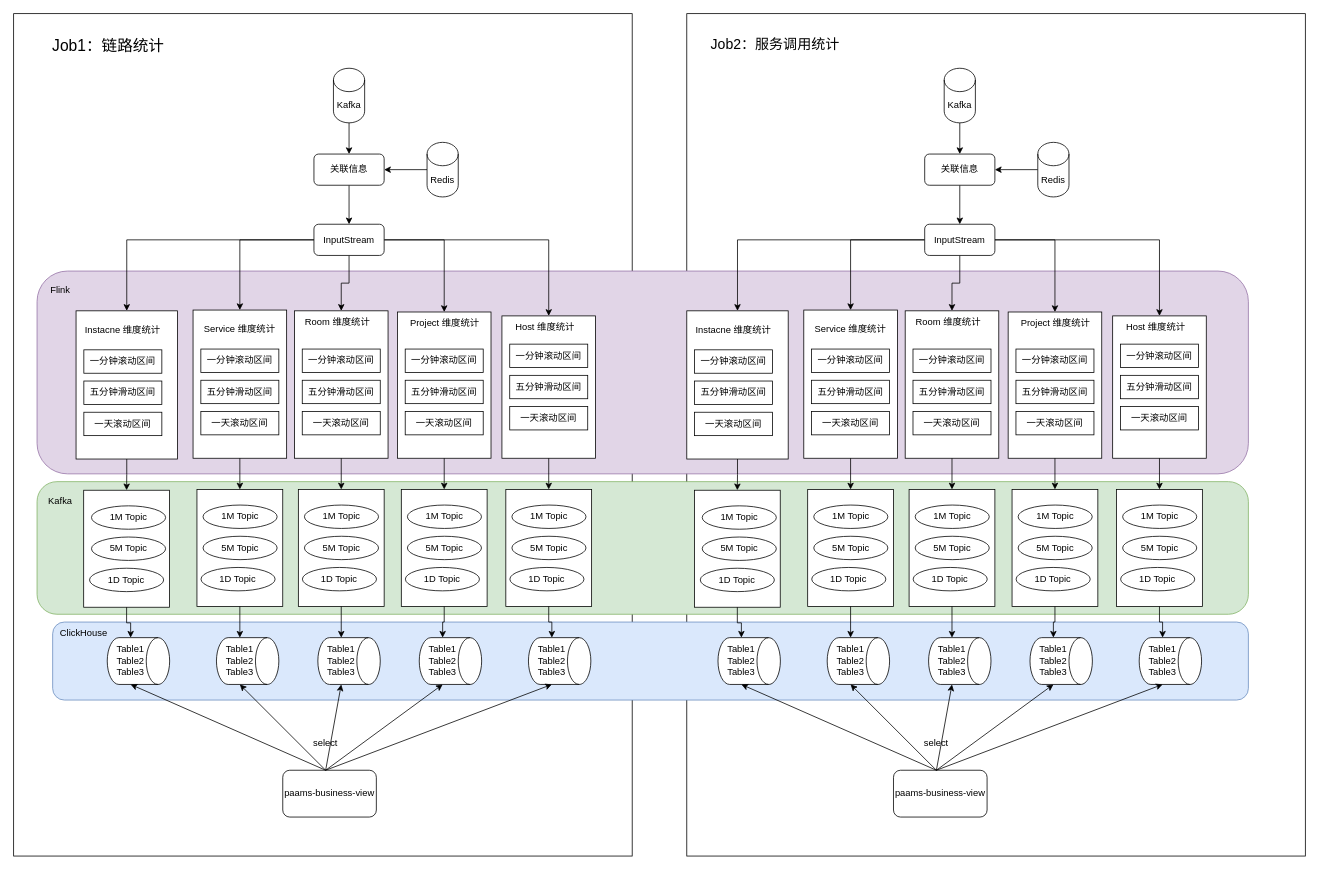
Above: draw.io/Flink 实例预统计 Job 流程.drawio in KeatonLi/pictures (draw.io), before the change. Source tidied: cells renumbered, new cells numbered last; positions are measured from the earlier drawing's top-left corner, leaving out a move shared by most shapes. Both pictures are drawn from the tidied source at 78%, with x=0, y=0 at pixel (13, 13).
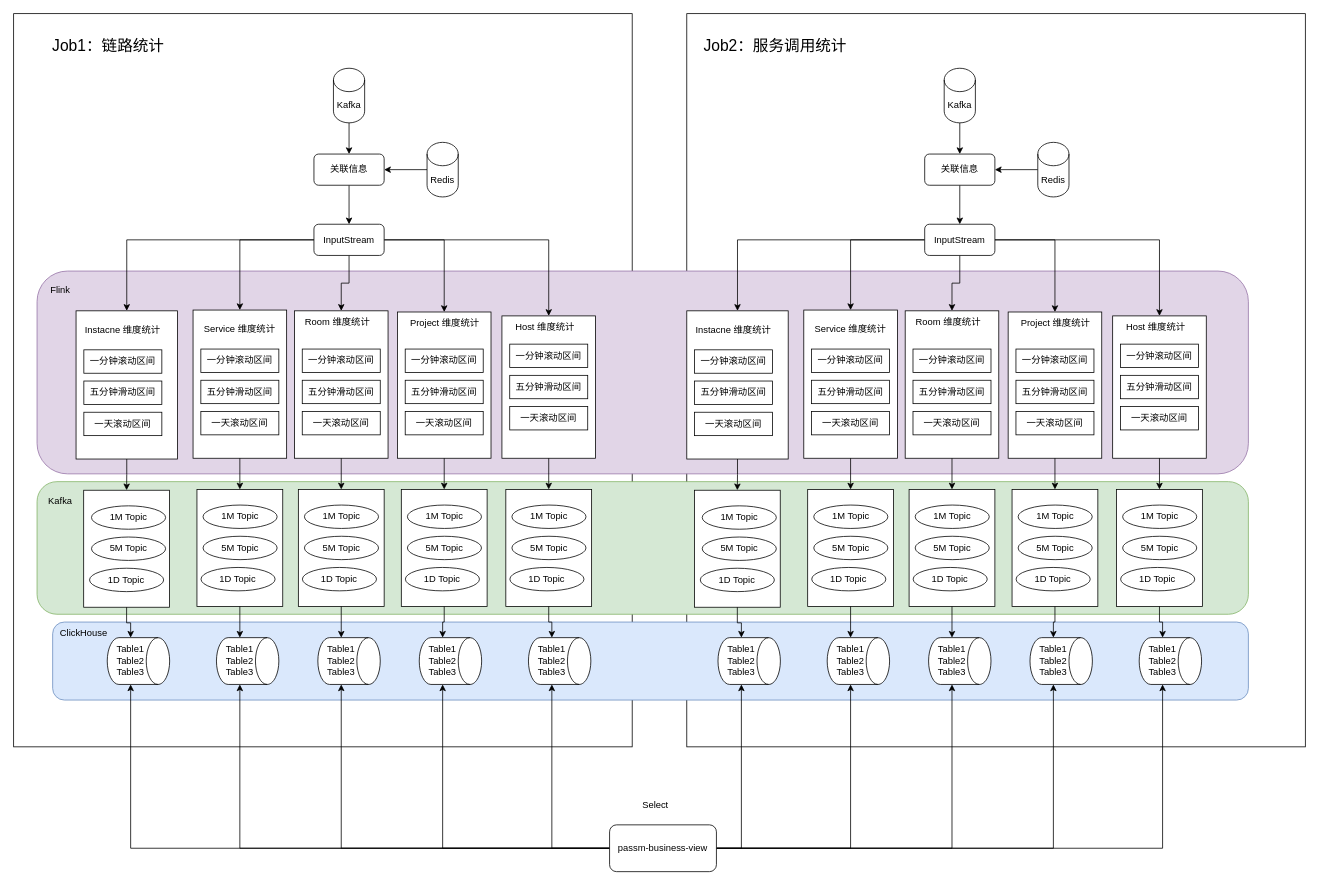
The same diagram, later.

Commit message (it also covers changes not shown here):
更新Flink 实例预统计 Job 流程.drawio

Unchanged cells that the change refers to:
```xml
<mxCell id="83" value="Table3" style="text;html=1;align=center;verticalAlign=middle;whiteSpace=wrap;rounded=0;" parent="79" vertex="1">
  <mxGeometry y="30" width="60" height="30" as="geometry" />
</mxCell>
<mxCell id="88" value="Table3" style="text;html=1;align=center;verticalAlign=middle;whiteSpace=wrap;rounded=0;" parent="84" vertex="1">
  <mxGeometry y="30" width="60" height="30" as="geometry" />
</mxCell>
<mxCell id="93" value="Table3" style="text;html=1;align=center;verticalAlign=middle;whiteSpace=wrap;rounded=0;" parent="89" vertex="1">
  <mxGeometry y="30" width="60" height="30" as="geometry" />
</mxCell>
<mxCell id="98" value="Table3" style="text;html=1;align=center;verticalAlign=middle;whiteSpace=wrap;rounded=0;" parent="94" vertex="1">
  <mxGeometry y="30" width="60" height="30" as="geometry" />
</mxCell>
<mxCell id="103" value="Table3" style="text;html=1;align=center;verticalAlign=middle;whiteSpace=wrap;rounded=0;" parent="99" vertex="1">
  <mxGeometry y="30" width="60" height="30" as="geometry" />
</mxCell>
<mxCell id="192" value="Table3" style="text;html=1;align=center;verticalAlign=middle;whiteSpace=wrap;rounded=0;" parent="188" vertex="1">
  <mxGeometry y="30" width="60" height="30" as="geometry" />
</mxCell>
<mxCell id="197" value="Table3" style="text;html=1;align=center;verticalAlign=middle;whiteSpace=wrap;rounded=0;" parent="193" vertex="1">
  <mxGeometry y="30" width="60" height="30" as="geometry" />
</mxCell>
<mxCell id="202" value="Table3" style="text;html=1;align=center;verticalAlign=middle;whiteSpace=wrap;rounded=0;" parent="198" vertex="1">
  <mxGeometry y="30" width="60" height="30" as="geometry" />
</mxCell>
<mxCell id="207" value="Table3" style="text;html=1;align=center;verticalAlign=middle;whiteSpace=wrap;rounded=0;" parent="203" vertex="1">
  <mxGeometry y="30" width="60" height="30" as="geometry" />
</mxCell>
<mxCell id="212" value="Table3" style="text;html=1;align=center;verticalAlign=middle;whiteSpace=wrap;rounded=0;" parent="208" vertex="1">
  <mxGeometry y="30" width="60" height="30" as="geometry" />
</mxCell>
```

Diff of the diagram source:
```diff
@@
     <mxCell id="2" style="rounded=0;whiteSpace=wrap;html=1;" parent="1" vertex="1">
-      <mxGeometry x="863" width="793" height="1080" as="geometry" />
+      <mxGeometry x="863" width="793" height="940" as="geometry" />
     </mxCell>
     <mxCell id="3" style="rounded=0;whiteSpace=wrap;html=1;" parent="1" vertex="1">
-      <mxGeometry width="793" height="1080" as="geometry" />
+      <mxGeometry width="793" height="940" as="geometry" />
     </mxCell>
@@
-    <mxCell id="109" value="paams-business-view" style="rounded=1;whiteSpace=wrap;html=1;" parent="1" vertex="1">
-      <mxGeometry x="1128" y="970" width="120" height="60" as="geometry" />
-    </mxCell>
-    <mxCell id="110" style="endArrow=classic;html=1;rounded=0;entryX=0.5;entryY=1;entryDx=0;entryDy=0;" parent="1" edge="1" target="83">
-      <mxGeometry relative="1" as="geometry">
-        <mxPoint x="1183" y="970" as="sourcePoint" />
-      </mxGeometry>
-    </mxCell>
-    <mxCell id="111" style="endArrow=classic;html=1;rounded=0;entryX=0.5;entryY=1;entryDx=0;entryDy=0;" parent="1" edge="1" target="88">
-      <mxGeometry relative="1" as="geometry">
-        <mxPoint x="1183" y="970" as="sourcePoint" />
-      </mxGeometry>
-    </mxCell>
-    <mxCell id="112" style="endArrow=classic;html=1;rounded=0;entryX=0.5;entryY=1;entryDx=0;entryDy=0;" parent="1" edge="1" target="93">
-      <mxGeometry relative="1" as="geometry">
-        <mxPoint x="1183" y="970" as="sourcePoint" />
-      </mxGeometry>
-    </mxCell>
-    <mxCell id="113" style="endArrow=classic;html=1;rounded=0;entryX=0.5;entryY=1;entryDx=0;entryDy=0;" parent="1" edge="1" target="98">
-      <mxGeometry relative="1" as="geometry">
-        <mxPoint x="1183" y="970" as="sourcePoint" />
-      </mxGeometry>
-    </mxCell>
-    <mxCell id="114" style="endArrow=classic;html=1;rounded=0;entryX=0.5;entryY=1;entryDx=0;entryDy=0;" parent="1" edge="1" target="103">
-      <mxGeometry relative="1" as="geometry">
-        <mxPoint x="1183" y="970" as="sourcePoint" />
-      </mxGeometry>
-    </mxCell>
-    <mxCell id="115" value="select" style="text;html=1;align=center;verticalAlign=middle;whiteSpace=wrap;rounded=0;" parent="1" vertex="1">
-      <mxGeometry x="1153" y="920" width="60" height="30" as="geometry" />
-    </mxCell>
@@
-    <mxCell id="219" value="paams-business-view" style="rounded=1;whiteSpace=wrap;html=1;" parent="1" vertex="1">
-      <mxGeometry x="345" y="970" width="120" height="60" as="geometry" />
-    </mxCell>
-    <mxCell id="220" style="endArrow=classic;html=1;rounded=0;entryX=0.5;entryY=1;entryDx=0;entryDy=0;" parent="1" edge="1" target="192">
-      <mxGeometry relative="1" as="geometry">
-        <mxPoint x="400" y="970" as="sourcePoint" />
-      </mxGeometry>
-    </mxCell>
-    <mxCell id="221" style="endArrow=classic;html=1;rounded=0;entryX=0.5;entryY=1;entryDx=0;entryDy=0;" parent="1" edge="1" target="197">
-      <mxGeometry relative="1" as="geometry">
-        <mxPoint x="400" y="970" as="sourcePoint" />
-      </mxGeometry>
-    </mxCell>
-    <mxCell id="222" style="endArrow=classic;html=1;rounded=0;entryX=0.5;entryY=1;entryDx=0;entryDy=0;" parent="1" edge="1" target="202">
-      <mxGeometry relative="1" as="geometry">
-        <mxPoint x="400" y="970" as="sourcePoint" />
-      </mxGeometry>
-    </mxCell>
-    <mxCell id="223" style="endArrow=classic;html=1;rounded=0;entryX=0.5;entryY=1;entryDx=0;entryDy=0;" parent="1" edge="1" target="207">
-      <mxGeometry relative="1" as="geometry">
-        <mxPoint x="400" y="970" as="sourcePoint" />
-      </mxGeometry>
-    </mxCell>
-    <mxCell id="224" style="endArrow=classic;html=1;rounded=0;entryX=0.5;entryY=1;entryDx=0;entryDy=0;" parent="1" edge="1" target="212">
-      <mxGeometry relative="1" as="geometry">
-        <mxPoint x="400" y="970" as="sourcePoint" />
-      </mxGeometry>
-    </mxCell>
-    <mxCell id="225" value="select" style="text;html=1;align=center;verticalAlign=middle;whiteSpace=wrap;rounded=0;" parent="1" vertex="1">
-      <mxGeometry x="370" y="920" width="60" height="30" as="geometry" />
-    </mxCell>
@@
-    <mxCell id="229" value="Job2：服务调用统计" style="text;html=1;align=center;verticalAlign=middle;whiteSpace=wrap;rounded=0;fontSize=18;" parent="1" vertex="1">
+    <mxCell id="229" value="Job2：服务调用统计" style="text;html=1;align=center;verticalAlign=middle;whiteSpace=wrap;rounded=0;fontSize=20;" parent="1" vertex="1">
       <mxGeometry x="880" y="30" width="193" height="20" as="geometry" />
     </mxCell>
+    <mxCell id="230" style="edgeStyle=orthogonalEdgeStyle;rounded=0;jettySize=auto;html=1;entryX=0.5;entryY=1;entryDx=0;entryDy=0;" parent="1" edge="1" source="240" target="192">
+      <mxGeometry relative="1" as="geometry" />
+    </mxCell>
+    <mxCell id="231" style="edgeStyle=orthogonalEdgeStyle;rounded=0;jettySize=auto;html=1;entryX=0.5;entryY=1;entryDx=0;entryDy=0;" parent="1" edge="1" source="240" target="197">
+      <mxGeometry relative="1" as="geometry" />
+    </mxCell>
+    <mxCell id="232" style="edgeStyle=orthogonalEdgeStyle;rounded=0;jettySize=auto;html=1;entryX=0.5;entryY=1;entryDx=0;entryDy=0;" parent="1" edge="1" source="240" target="202">
+      <mxGeometry relative="1" as="geometry" />
+    </mxCell>
+    <mxCell id="233" style="edgeStyle=orthogonalEdgeStyle;rounded=0;jettySize=auto;html=1;entryX=0.5;entryY=1;entryDx=0;entryDy=0;" parent="1" edge="1" source="240" target="207">
+      <mxGeometry relative="1" as="geometry" />
+    </mxCell>
+    <mxCell id="234" style="edgeStyle=orthogonalEdgeStyle;rounded=0;jettySize=auto;html=1;entryX=0.5;entryY=1;entryDx=0;entryDy=0;" parent="1" edge="1" source="240" target="212">
+      <mxGeometry relative="1" as="geometry" />
+    </mxCell>
+    <mxCell id="235" style="edgeStyle=orthogonalEdgeStyle;rounded=0;jettySize=auto;html=1;entryX=0.5;entryY=1;entryDx=0;entryDy=0;" parent="1" edge="1" source="240" target="83">
+      <mxGeometry relative="1" as="geometry" />
+    </mxCell>
+    <mxCell id="236" style="edgeStyle=orthogonalEdgeStyle;rounded=0;jettySize=auto;html=1;entryX=0.5;entryY=1;entryDx=0;entryDy=0;" parent="1" edge="1" source="240" target="88">
+      <mxGeometry relative="1" as="geometry" />
+    </mxCell>
+    <mxCell id="237" style="edgeStyle=orthogonalEdgeStyle;rounded=0;jettySize=auto;html=1;entryX=0.5;entryY=1;entryDx=0;entryDy=0;" parent="1" edge="1" source="240" target="93">
+      <mxGeometry relative="1" as="geometry" />
+    </mxCell>
+    <mxCell id="238" style="edgeStyle=orthogonalEdgeStyle;rounded=0;jettySize=auto;html=1;entryX=0.5;entryY=1;entryDx=0;entryDy=0;" parent="1" edge="1" source="240" target="98">
+      <mxGeometry relative="1" as="geometry" />
+    </mxCell>
+    <mxCell id="239" style="edgeStyle=orthogonalEdgeStyle;rounded=0;jettySize=auto;html=1;entryX=0.5;entryY=1;entryDx=0;entryDy=0;" parent="1" edge="1" source="240" target="103">
+      <mxGeometry relative="1" as="geometry" />
+    </mxCell>
+    <mxCell id="240" value="passm-business-view" style="rounded=1;whiteSpace=wrap;html=1;" parent="1" vertex="1">
+      <mxGeometry x="764" y="1040" width="137" height="60" as="geometry" />
+    </mxCell>
+    <mxCell id="241" value="Select" style="text;html=1;align=center;verticalAlign=middle;whiteSpace=wrap;rounded=0;" parent="1" vertex="1">
+      <mxGeometry x="793" y="1000" width="60" height="30" as="geometry" />
+    </mxCell>
```
